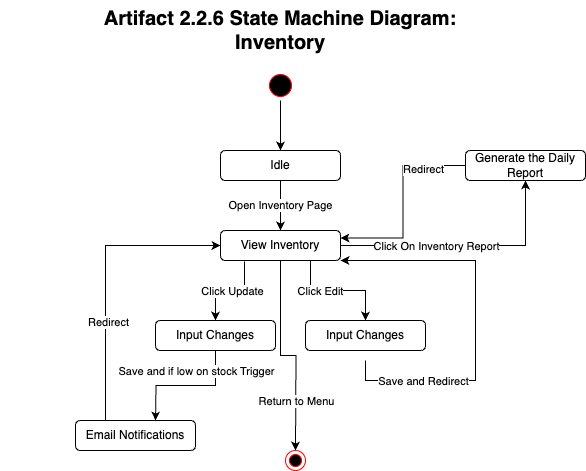
Earlier version of the draw.io export Evidence Folder/2. Design Artifacts/Behaviour Diagrams/Arifact 2.2 State Machine Diagrams/Artifact 2.2.7 State Machine Diagram Inventory.png (ReginaAqua/RestaurantManagementSystem). Source tidied: cells renumbered, new cells last; positions are measured from the earlier drawing's top-left corner, leaving out a move shared by most shapes.
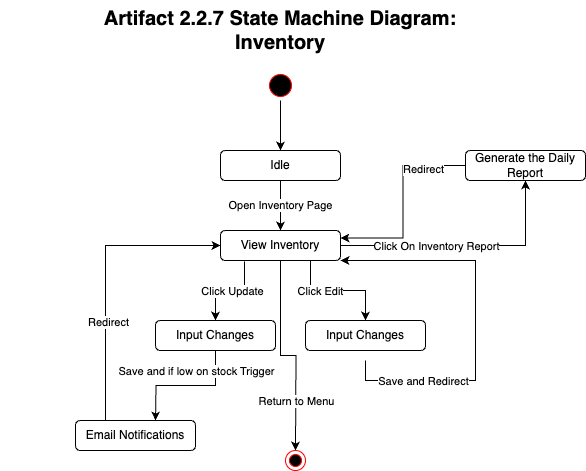
Above is the later version.

Change to the diagram source:
```diff
@@ -14,7 +14,7 @@
     <mxCell id="5" value="Idle" style="rounded=1;whiteSpace=wrap;html=1;" parent="1" vertex="1">
       <mxGeometry x="220" y="150" width="120" height="30" as="geometry" />
     </mxCell>
-    <mxCell id="6" value="&lt;b style=&quot;forced-color-adjust: none; color: rgb(0, 0, 0); font-family: Helvetica; font-size: 12px; font-style: normal; font-variant-ligatures: normal; font-variant-caps: normal; letter-spacing: normal; orphans: 2; text-indent: 0px; text-transform: none; widows: 2; word-spacing: 0px; -webkit-text-stroke-width: 0px; white-space: normal; text-decoration-thickness: initial; text-decoration-style: initial; text-decoration-color: initial; background-color: rgb(251, 251, 251);&quot;&gt;&lt;font style=&quot;forced-color-adjust: none; font-size: 20px; background-color: light-dark(#ffffff, var(--ge-dark-color, #121212));&quot;&gt;Artifact 2.2.6 State Machine Diagram:&lt;/font&gt;&lt;/b&gt;&lt;div&gt;&lt;span style=&quot;font-size: 20px; background-color: rgb(255, 255, 255);&quot;&gt;&lt;b&gt;Inventory&lt;/b&gt;&lt;/span&gt;&lt;/div&gt;" style="text;whiteSpace=wrap;html=1;align=center;" parent="1" vertex="1">
+    <mxCell id="6" value="&lt;b style=&quot;forced-color-adjust: none; color: rgb(0, 0, 0); font-family: Helvetica; font-size: 12px; font-style: normal; font-variant-ligatures: normal; font-variant-caps: normal; letter-spacing: normal; orphans: 2; text-indent: 0px; text-transform: none; widows: 2; word-spacing: 0px; -webkit-text-stroke-width: 0px; white-space: normal; text-decoration-thickness: initial; text-decoration-style: initial; text-decoration-color: initial; background-color: rgb(251, 251, 251);&quot;&gt;&lt;font style=&quot;forced-color-adjust: none; font-size: 20px; background-color: light-dark(#ffffff, var(--ge-dark-color, #121212));&quot;&gt;Artifact 2.2.7 State Machine Diagram:&lt;/font&gt;&lt;/b&gt;&lt;div&gt;&lt;span style=&quot;font-size: 20px; background-color: rgb(255, 255, 255);&quot;&gt;&lt;b&gt;Inventory&lt;/b&gt;&lt;/span&gt;&lt;/div&gt;" style="text;whiteSpace=wrap;html=1;align=center;" parent="1" vertex="1">
       <mxGeometry width="560" height="70" as="geometry" />
     </mxCell>
     <mxCell id="7" style="edgeStyle=orthogonalEdgeStyle;rounded=0;jettySize=auto;html=1;exitX=0.2;exitY=1.033;exitDx=0;exitDy=0;exitPerimeter=0;" parent="1" edge="1" source="12" target="15">
```
